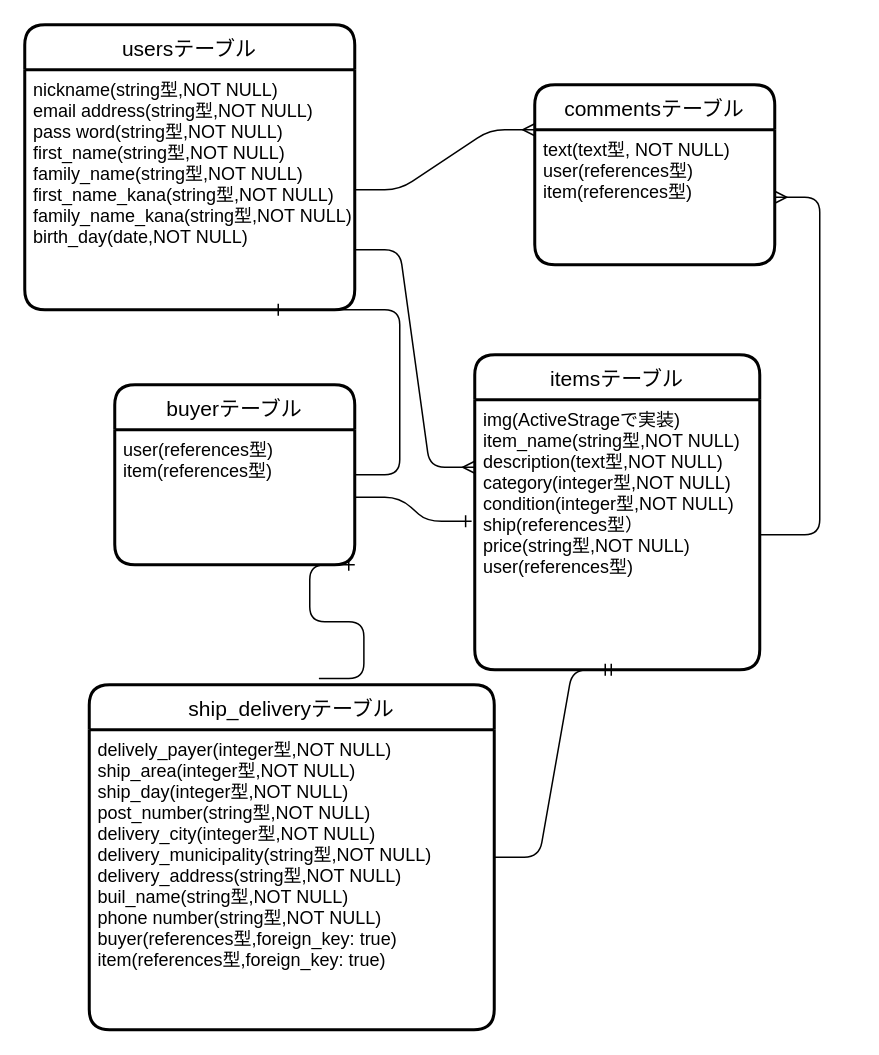
Above: furimaER.dio in nkamuranodj/furima-30953 (draw.io), before the change. Source tidied: cells renumbered, new cells numbered last; positions are measured from the earlier drawing's top-left corner, leaving out a move shared by most shapes. Both pictures are drawn from the tidied source at 150%, with x=0, y=0 at pixel (24, 24).
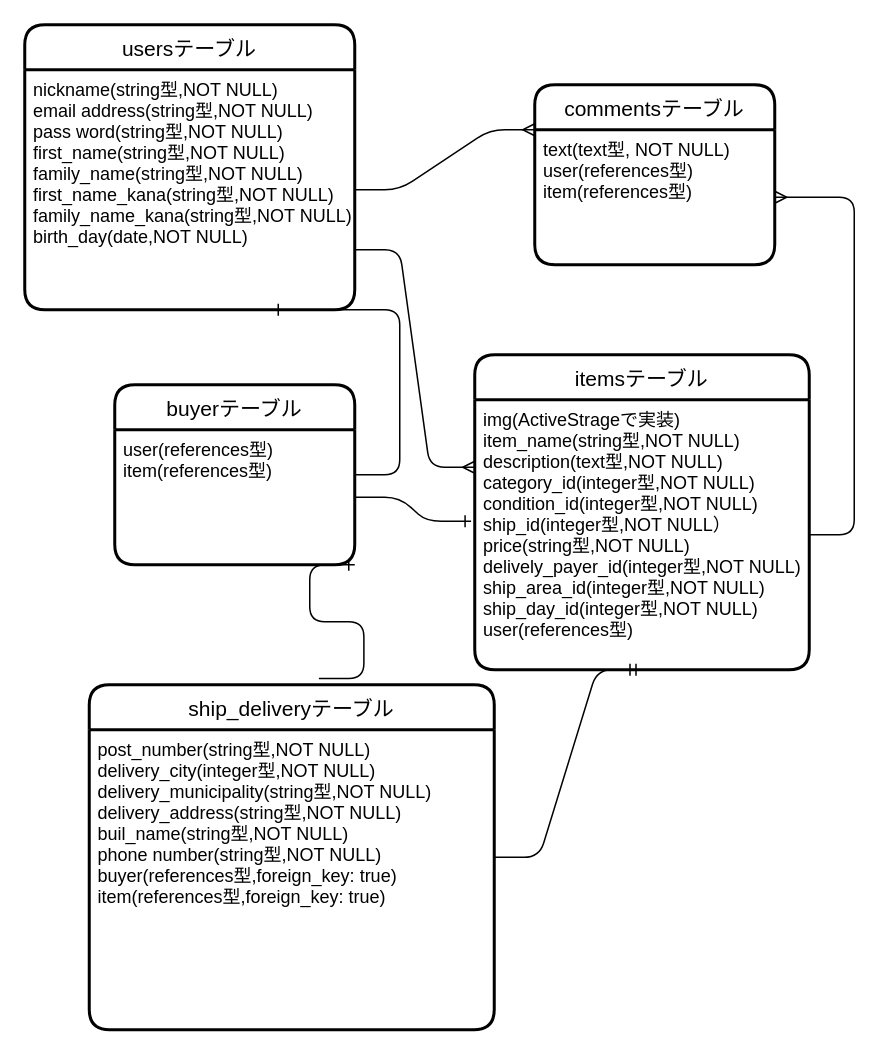
The same diagram, later.

Diff of the diagram source:
```diff
@@
 <mxGraphModel>
   <root>
     <mxCell id="0" />
     <mxCell id="1" parent="0" />
     <mxCell id="2" value="usersテーブル" style="swimlane;horizontal=1;startSize=30;rounded=1;fontSize=14;fontStyle=0;strokeWidth=2;shadow=0;dashed=0;align=center;" parent="1" vertex="1">
       <mxGeometry width="220" height="190" as="geometry" />
     </mxCell>
     <mxCell id="3" value="nickname(string型,NOT NULL)&#10;email address(string型,NOT NULL)&#10;pass word(string型,NOT NULL)&#10;first_name(string型,NOT NULL)&#10;family_name(string型,NOT NULL)&#10;first_name_kana(string型,NOT NULL)&#10;family_name_kana(string型,NOT NULL)&#10;birth_day(date,NOT NULL)&#10;&#10;" style="align=left;strokeColor=none;fillColor=none;spacingLeft=4;fontSize=12;verticalAlign=top;" parent="2" vertex="1">
       <mxGeometry y="30" width="220" height="160" as="geometry" />
     </mxCell>
     <mxCell id="4" value="itemsテーブル" style="swimlane;horizontal=1;startSize=30;rounded=1;fontSize=14;fontStyle=0;strokeWidth=2;shadow=0;dashed=0;align=center;" parent="1" vertex="1">
-      <mxGeometry x="300" y="220" width="190" height="210" as="geometry" />
+      <mxGeometry x="300" y="220" width="223" height="210" as="geometry" />
     </mxCell>
-    <mxCell id="5" value="img(ActiveStrageで実装)&#10;item_name(string型,NOT NULL)&#10;description(text型,NOT NULL)&#10;category(integer型,NOT NULL)&#10;condition(integer型,NOT NULL)&#10;ship(references型）&#10;price(string型,NOT NULL)&#10;user(references型)&#10;" style="align=left;strokeColor=none;fillColor=none;spacingLeft=4;fontSize=12;verticalAlign=top;" parent="4" vertex="1">
-      <mxGeometry y="30" width="190" height="180" as="geometry" />
+    <mxCell id="5" value="img(ActiveStrageで実装)&#10;item_name(string型,NOT NULL)&#10;description(text型,NOT NULL)&#10;category_id(integer型,NOT NULL)&#10;condition_id(integer型,NOT NULL)&#10;ship_id(integer型,NOT NULL）&#10;price(string型,NOT NULL)&#10;delively_payer_id(integer型,NOT NULL)&#10;ship_area_id(integer型,NOT NULL)&#10;ship_day_id(integer型,NOT NULL)&#10;user(references型)&#10;" style="align=left;strokeColor=none;fillColor=none;spacingLeft=4;fontSize=12;verticalAlign=top;" parent="4" vertex="1">
+      <mxGeometry y="30" width="223" height="180" as="geometry" />
     </mxCell>
     <mxCell id="6" value="commentsテーブル" style="swimlane;horizontal=1;startSize=30;rounded=1;fontSize=14;fontStyle=0;strokeWidth=2;shadow=0;dashed=0;align=center;" parent="1" vertex="1">
       <mxGeometry x="340" y="40" width="160" height="120" as="geometry" />
     </mxCell>
     <mxCell id="7" value="text(text型, NOT NULL)&#10;user(references型)&#10;item(references型)" style="align=left;strokeColor=none;fillColor=none;spacingLeft=4;fontSize=12;verticalAlign=top;" parent="6" vertex="1">
       <mxGeometry y="30" width="160" height="90" as="geometry" />
     </mxCell>
     <mxCell id="8" style="edgeStyle=entityRelationEdgeStyle;fontSize=12;html=1;endArrow=ERmany;" parent="1" edge="1" source="5" target="7">
       <mxGeometry relative="1" as="geometry" />
     </mxCell>
     <mxCell id="9" style="edgeStyle=entityRelationEdgeStyle;fontSize=12;html=1;endArrow=ERmany;exitX=1;exitY=0.75;exitDx=0;exitDy=0;entryX=0;entryY=0.25;entryDx=0;entryDy=0;" parent="1" edge="1" source="3" target="5">
       <mxGeometry relative="1" as="geometry" />
     </mxCell>
     <mxCell id="10" style="edgeStyle=entityRelationEdgeStyle;fontSize=12;html=1;endArrow=ERmany;entryX=0;entryY=0.25;entryDx=0;entryDy=0;" parent="1" edge="1" source="3" target="6">
       <mxGeometry relative="1" as="geometry" />
     </mxCell>
     <mxCell id="11" value="buyerテーブル" style="swimlane;horizontal=1;startSize=30;rounded=1;fontSize=14;fontStyle=0;strokeWidth=2;shadow=0;dashed=0;align=center;" parent="1" vertex="1">
       <mxGeometry x="60" y="240" width="160" height="120" as="geometry" />
     </mxCell>
     <mxCell id="12" value="user(references型)&#10;item(references型)&#10;" style="align=left;strokeColor=none;fillColor=none;spacingLeft=4;fontSize=12;verticalAlign=top;" parent="11" vertex="1">
       <mxGeometry y="30" width="160" height="90" as="geometry" />
     </mxCell>
     <mxCell id="13" style="edgeStyle=entityRelationEdgeStyle;fontSize=12;html=1;endArrow=ERone;endFill=1;entryX=-0.011;entryY=0.45;entryDx=0;entryDy=0;entryPerimeter=0;exitX=1;exitY=0.5;exitDx=0;exitDy=0;" parent="1" edge="1" source="12" target="5">
       <mxGeometry relative="1" as="geometry" />
     </mxCell>
     <mxCell id="14" style="edgeStyle=entityRelationEdgeStyle;fontSize=12;html=1;endArrow=ERone;endFill=1;entryX=0.75;entryY=1;entryDx=0;entryDy=0;" parent="1" edge="1" source="11" target="3">
       <mxGeometry relative="1" as="geometry" />
     </mxCell>
     <mxCell id="15" value="ship_deliveryテーブル" style="swimlane;horizontal=1;startSize=30;rounded=1;fontSize=14;fontStyle=0;strokeWidth=2;shadow=0;dashed=0;align=center;" parent="1" vertex="1">
       <mxGeometry x="43" y="440" width="270" height="230" as="geometry" />
     </mxCell>
-    <mxCell id="16" value="delively_payer(integer型,NOT NULL)&#10;ship_area(integer型,NOT NULL)&#10;ship_day(integer型,NOT NULL)&#10;post_number(string型,NOT NULL)&#10;delivery_city(integer型,NOT NULL)&#10;delivery_municipality(string型,NOT NULL)&#10;delivery_address(string型,NOT NULL)&#10;buil_name(string型,NOT NULL)&#10;phone number(string型,NOT NULL)&#10;buyer(references型,foreign_key: true)&#10;item(references型,foreign_key: true)&#10;&#10;" style="align=left;strokeColor=none;fillColor=none;spacingLeft=4;fontSize=12;verticalAlign=top;" parent="15" vertex="1">
+    <mxCell id="16" value="post_number(string型,NOT NULL)&#10;delivery_city(integer型,NOT NULL)&#10;delivery_municipality(string型,NOT NULL)&#10;delivery_address(string型,NOT NULL)&#10;buil_name(string型,NOT NULL)&#10;phone number(string型,NOT NULL)&#10;buyer(references型,foreign_key: true)&#10;item(references型,foreign_key: true)&#10;&#10;" style="align=left;strokeColor=none;fillColor=none;spacingLeft=4;fontSize=12;verticalAlign=top;" parent="15" vertex="1">
       <mxGeometry y="30" width="270" height="200" as="geometry" />
     </mxCell>
     <mxCell id="17" style="edgeStyle=entityRelationEdgeStyle;fontSize=12;html=1;endArrow=ERmandOne;entryX=0.5;entryY=1;entryDx=0;entryDy=0;" parent="1" edge="1" source="15" target="5">
       <mxGeometry relative="1" as="geometry" />
     </mxCell>
     <mxCell id="18" style="edgeStyle=entityRelationEdgeStyle;fontSize=12;html=1;endArrow=ERone;endFill=1;exitX=0.567;exitY=-0.018;exitDx=0;exitDy=0;exitPerimeter=0;entryX=1;entryY=1;entryDx=0;entryDy=0;" parent="1" edge="1" source="15" target="12">
       <mxGeometry relative="1" as="geometry" />
     </mxCell>
   </root>
 </mxGraphModel>
```
